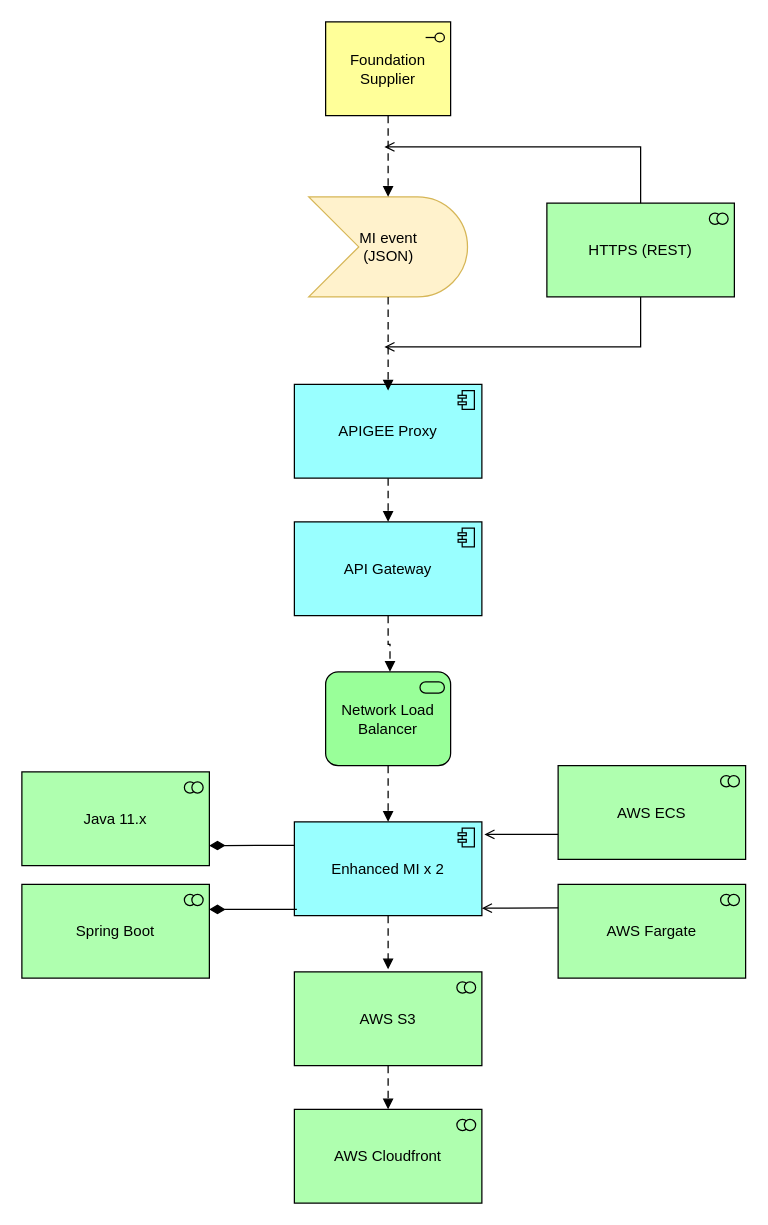
Earlier version of the draw.io diagram doc/architecture/Enhanced MI.drawio (nhsconnect/prm-gp-registrations-mi). Source tidied: cells renumbered, new cells numbered last; positions are measured from the earlier drawing's top-left corner, leaving out a move shared by most shapes. Both pictures are drawn from the tidied source at 125%, with x=0, y=0 at pixel (21, 21).
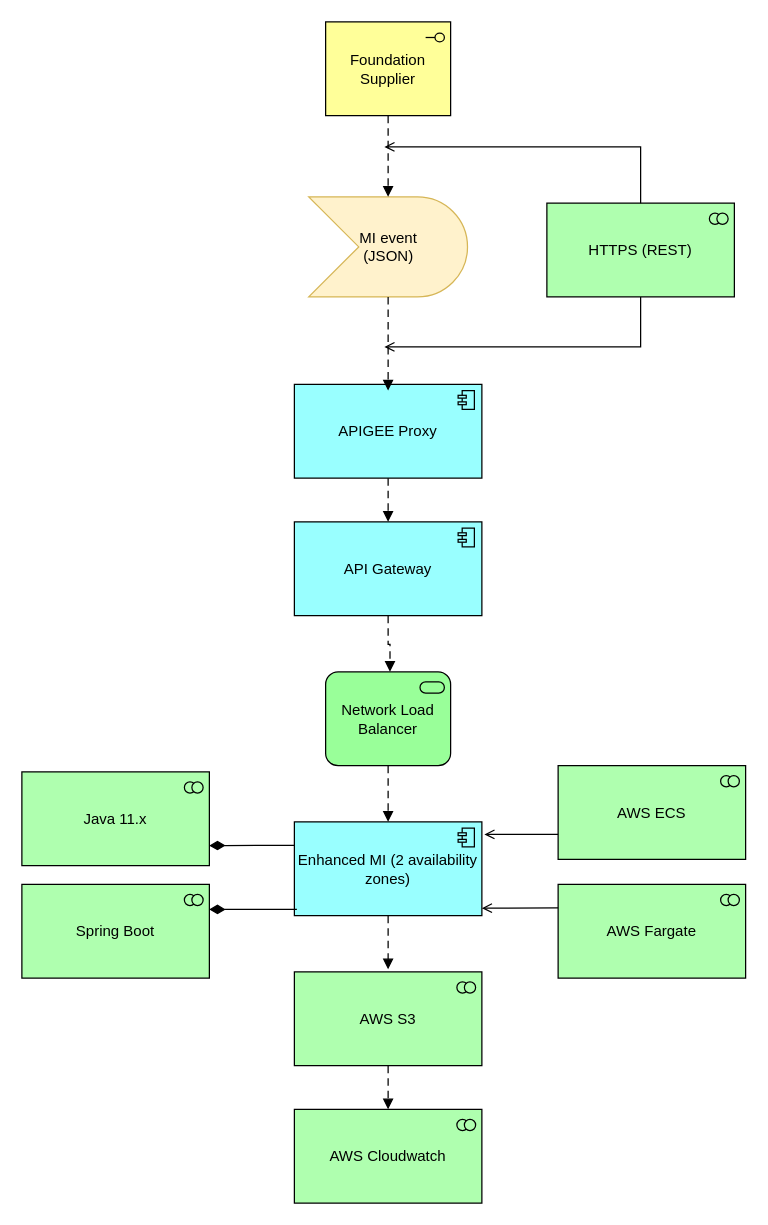
The same diagram, later.

Commit message (it also covers changes not shown here):
PRMT-TECH [IG] Update archimate architecture diagrams

Diff of the diagram source:
```diff
@@
-    <mxCell id="6" value="Enhanced MI x 2" style="html=1;outlineConnect=0;whiteSpace=wrap;fillColor=#99ffff;shape=mxgraph.archimate3.application;appType=comp;archiType=square;" parent="1" vertex="1">
+    <mxCell id="6" value="Enhanced MI (2 availability zones)" style="html=1;outlineConnect=0;whiteSpace=wrap;fillColor=#99ffff;shape=mxgraph.archimate3.application;appType=comp;archiType=square;" parent="1" vertex="1">
       <mxGeometry x="218" y="640" width="150" height="75" as="geometry" />
     </mxCell>
@@
-    <mxCell id="8" value="AWS Cloudfront" style="html=1;outlineConnect=0;whiteSpace=wrap;fillColor=#AFFFAF;shape=mxgraph.archimate3.application;appType=collab;archiType=square;" parent="1" vertex="1">
+    <mxCell id="8" value="AWS Cloudwatch" style="html=1;outlineConnect=0;whiteSpace=wrap;fillColor=#AFFFAF;shape=mxgraph.archimate3.application;appType=collab;archiType=square;" parent="1" vertex="1">
       <mxGeometry x="218" y="870" width="150" height="75" as="geometry" />
     </mxCell>
```
